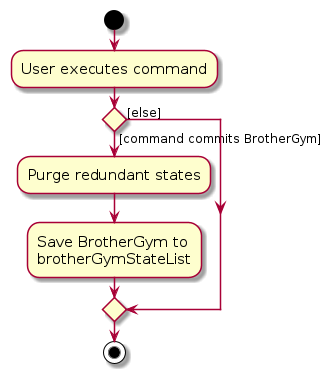
Before: diagrams/CommitActivityDiagram.png, a diagram exported from PlantUML (AY2627S1-CS2103T-T11-4/tp). Its source is kept beside it as diagrams/CommitActivityDiagram.puml.
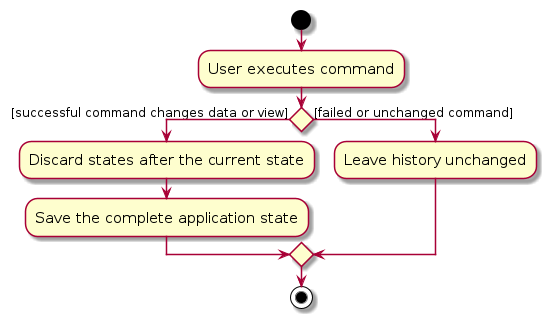
After the change.

Diff of the diagram source:
```diff
@@ -6,11 +6,11 @@
 :User executes command;
 
 
-if () then ([command commits BrotherGym])
-    :Purge redundant states;
-    :Save BrotherGym to
-    brotherGymStateList;
-else ([else])
+if () then ([successful command changes data or view])
+    :Discard states after the current state;
+    :Save the complete application state;
+else ([failed or unchanged command])
+    :Leave history unchanged;
 endif
 stop
 @enduml
```
